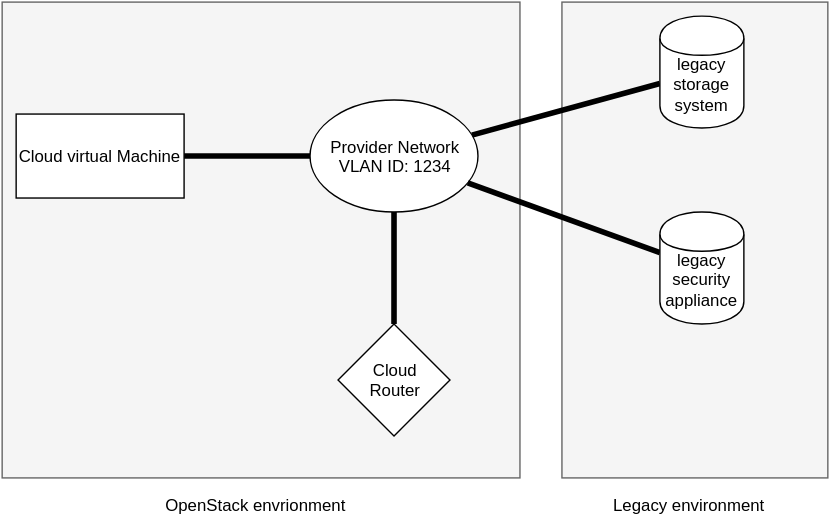
Earlier version of the draw.io export img/posts/openstack-provider-network.svg (Miouge1/root314). Source tidied: cells renumbered, new cells last; positions are measured from the earlier drawing's top-left corner, leaving out a move shared by most shapes. Source of this version:
```xml
<mxGraphModel background="#ffffff">
  <root>
    <mxCell id="0" />
    <mxCell id="1" parent="0" />
    <mxCell id="2" style="whiteSpace=wrap;html=1;fillColor=#f5f5f5;strokeColor=#666666;" parent="1" vertex="1">
      <mxGeometry x="400" width="190" height="340" as="geometry" />
    </mxCell>
    <mxCell id="3" style="whiteSpace=wrap;html=1;fillColor=#f5f5f5;strokeColor=#666666;" parent="1" vertex="1">
      <mxGeometry width="370" height="340" as="geometry" />
    </mxCell>
    <mxCell id="4" style="edgeStyle=none;rounded=0;html=1;endArrow=none;endFill=0;jettySize=auto;strokeWidth=4;" parent="1" edge="1" source="5" target="8">
      <mxGeometry relative="1" as="geometry" />
    </mxCell>
    <mxCell id="5" value="Cloud virtual Machine" style="whiteSpace=wrap;html=1;" parent="1" vertex="1">
      <mxGeometry x="10" y="80" width="120" height="60" as="geometry" />
    </mxCell>
    <mxCell id="6" style="edgeStyle=none;rounded=0;html=1;endArrow=none;endFill=0;jettySize=auto;strokeWidth=4;" parent="1" edge="1" source="8" target="9">
      <mxGeometry relative="1" as="geometry" />
    </mxCell>
    <mxCell id="7" style="edgeStyle=none;rounded=0;html=1;endArrow=none;endFill=0;jettySize=auto;strokeWidth=4;" parent="1" edge="1" source="8" target="11">
      <mxGeometry relative="1" as="geometry" />
    </mxCell>
    <mxCell id="8" value="Provider Network&lt;div&gt;VLAN ID: 1234&lt;/div&gt;" style="ellipse;whiteSpace=wrap;html=1;" parent="1" vertex="1">
      <mxGeometry x="220" y="70" width="120" height="80" as="geometry" />
    </mxCell>
    <mxCell id="9" value="&lt;div&gt;&lt;br&gt;&lt;/div&gt;&lt;div&gt;&lt;br&gt;&lt;/div&gt;&lt;div&gt;legacy&lt;/div&gt;storage system&lt;div&gt;&lt;br&gt;&lt;/div&gt;" style="shape=cylinder;whiteSpace=wrap;html=1;" parent="1" vertex="1">
      <mxGeometry x="470" y="10" width="60" height="80" as="geometry" />
    </mxCell>
    <mxCell id="10" style="edgeStyle=none;rounded=0;html=1;endArrow=none;endFill=0;jettySize=auto;strokeWidth=4;" parent="1" edge="1" source="8" target="12">
      <mxGeometry relative="1" as="geometry" />
    </mxCell>
    <mxCell id="11" value="&lt;div&gt;Cloud&lt;/div&gt;Router" style="rhombus;whiteSpace=wrap;html=1;" parent="1" vertex="1">
      <mxGeometry x="240" y="230" width="80" height="80" as="geometry" />
    </mxCell>
    <mxCell id="12" value="&lt;div&gt;&lt;br&gt;&lt;/div&gt;&lt;div&gt;&lt;br&gt;&lt;/div&gt;&lt;div&gt;legacy&lt;/div&gt;&lt;div&gt;security&lt;/div&gt;&lt;div&gt;appliance&lt;/div&gt;&lt;div&gt;&lt;br&gt;&lt;/div&gt;" style="shape=cylinder;whiteSpace=wrap;html=1;" parent="1" vertex="1">
      <mxGeometry x="470" y="150" width="60" height="80" as="geometry" />
    </mxCell>
    <mxCell id="13" value="OpenStack envrionment" style="text;html=1;align=left;verticalAlign=top;spacingTop=-4;" parent="1" vertex="1">
      <mxGeometry x="115" y="350" width="140" height="20" as="geometry" />
    </mxCell>
    <mxCell id="14" value="Legacy environment" style="text;html=1;align=left;verticalAlign=top;spacingTop=-4;" parent="1" vertex="1">
      <mxGeometry x="435" y="350" width="120" height="20" as="geometry" />
    </mxCell>
  </root>
</mxGraphModel>
```
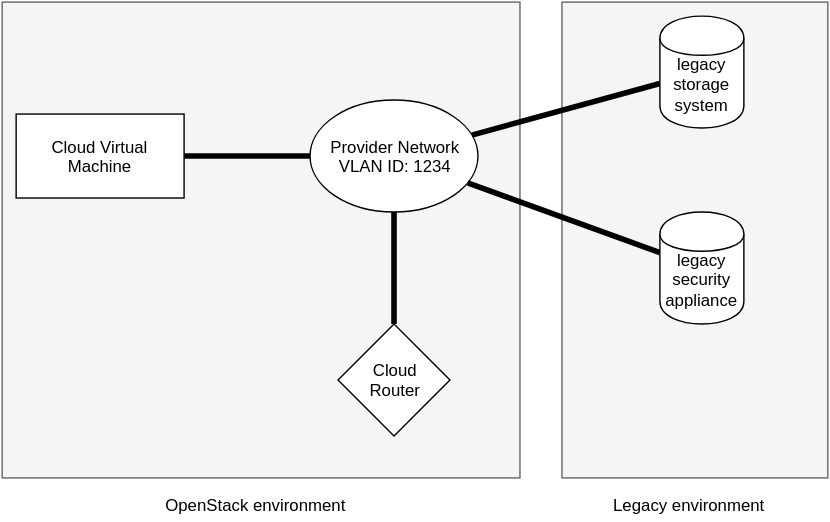
After the change.

Diff of the diagram source:
```diff
@@ -11,7 +11,7 @@
     <mxCell id="4" style="edgeStyle=none;rounded=0;html=1;endArrow=none;endFill=0;jettySize=auto;strokeWidth=4;" parent="1" edge="1" source="5" target="8">
       <mxGeometry relative="1" as="geometry" />
     </mxCell>
-    <mxCell id="5" value="Cloud virtual Machine" style="whiteSpace=wrap;html=1;" parent="1" vertex="1">
+    <mxCell id="5" value="Cloud Virtual Machine" style="whiteSpace=wrap;html=1;" parent="1" vertex="1">
       <mxGeometry x="10" y="80" width="120" height="60" as="geometry" />
     </mxCell>
     <mxCell id="6" style="edgeStyle=none;rounded=0;html=1;endArrow=none;endFill=0;jettySize=auto;strokeWidth=4;" parent="1" edge="1" source="8" target="9">
@@ -35,7 +35,7 @@
     <mxCell id="12" value="&lt;div&gt;&lt;br&gt;&lt;/div&gt;&lt;div&gt;&lt;br&gt;&lt;/div&gt;&lt;div&gt;legacy&lt;/div&gt;&lt;div&gt;security&lt;/div&gt;&lt;div&gt;appliance&lt;/div&gt;&lt;div&gt;&lt;br&gt;&lt;/div&gt;" style="shape=cylinder;whiteSpace=wrap;html=1;" parent="1" vertex="1">
       <mxGeometry x="470" y="150" width="60" height="80" as="geometry" />
     </mxCell>
-    <mxCell id="13" value="OpenStack envrionment" style="text;html=1;align=left;verticalAlign=top;spacingTop=-4;" parent="1" vertex="1">
+    <mxCell id="13" value="OpenStack environment" style="text;html=1;align=left;verticalAlign=top;spacingTop=-4;" parent="1" vertex="1">
       <mxGeometry x="115" y="350" width="140" height="20" as="geometry" />
     </mxCell>
     <mxCell id="14" value="Legacy environment" style="text;html=1;align=left;verticalAlign=top;spacingTop=-4;" parent="1" vertex="1">
```
